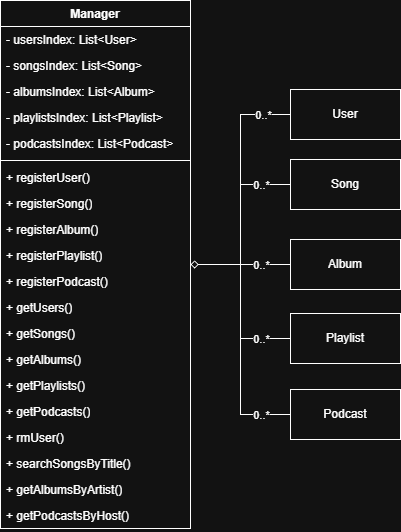
The draw.io diagram docs/uml/music-streaming-library-Manager.png in SailinEast/music-streaming-library, before a commit. Source tidied: cells renumbered, new cells last; positions are measured from the earlier drawing's top-left corner, leaving out a move shared by most shapes.
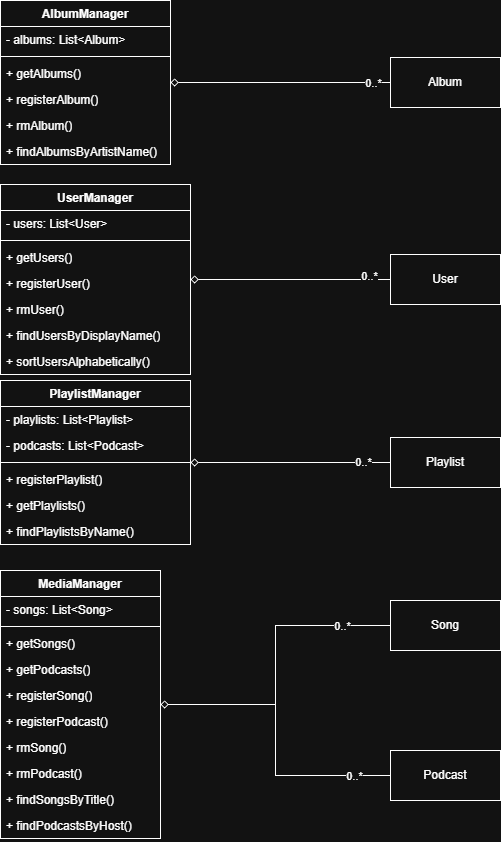
The same file after the commit.

Commit message:
Added several managers and some sorting/filtering/searching methods

Diff of the diagram source:
```diff
@@ -2,115 +2,155 @@
   <root>
     <mxCell id="0" />
     <mxCell id="1" parent="0" />
-    <mxCell id="2" value="Manager" style="swimlane;fontStyle=1;align=center;verticalAlign=top;horizontal=1;startSize=26;whiteSpace=wrap;html=1;" parent="1" vertex="1">
-      <mxGeometry width="190" height="528" as="geometry" />
+    <mxCell id="2" value="PlaylistManager" style="swimlane;fontStyle=1;align=center;verticalAlign=top;horizontal=1;startSize=26;whiteSpace=wrap;html=1;" parent="1" vertex="1">
+      <mxGeometry x="-70" y="280" width="190" height="164" as="geometry" />
     </mxCell>
-    <mxCell id="3" value="- usersIndex: List&amp;lt;User&amp;gt;" style="text;strokeColor=none;fillColor=none;align=left;verticalAlign=top;spacingLeft=4;spacingRight=4;overflow=hidden;whiteSpace=wrap;html=1;" parent="2" vertex="1">
-      <mxGeometry y="26" width="190" height="26" as="geometry" />
-    </mxCell>
-    <mxCell id="4" value="- songsIndex: List&amp;lt;Song&amp;gt;" style="text;strokeColor=none;fillColor=none;align=left;verticalAlign=top;spacingLeft=4;spacingRight=4;overflow=hidden;whiteSpace=wrap;html=1;" parent="2" vertex="1">
-      <mxGeometry y="52" width="190" height="26" as="geometry" />
-    </mxCell>
-    <mxCell id="5" value="- albumsIndex: List&amp;lt;Album&amp;gt;" style="text;strokeColor=none;fillColor=none;align=left;verticalAlign=top;spacingLeft=4;spacingRight=4;overflow=hidden;whiteSpace=wrap;html=1;" parent="2" vertex="1">
-      <mxGeometry y="78" width="190" height="26" as="geometry" />
-    </mxCell>
-    <mxCell id="6" value="- playlistsIndex: List&amp;lt;Playlist&amp;gt;" style="text;strokeColor=none;fillColor=none;align=left;verticalAlign=top;spacingLeft=4;spacingRight=4;overflow=hidden;whiteSpace=wrap;html=1;" parent="2" vertex="1">
-      <mxGeometry y="104" width="190" height="26" as="geometry" />
+    <mxCell id="6" value="- playlists: List&amp;lt;Playlist&amp;gt;" style="text;strokeColor=none;fillColor=none;align=left;verticalAlign=top;spacingLeft=4;spacingRight=4;overflow=hidden;whiteSpace=wrap;html=1;" parent="2" vertex="1">
+      <mxGeometry y="26" width="190" height="26" as="geometry" />
     </mxCell>
-    <mxCell id="7" value="- podcastsIndex: List&amp;lt;Podcast&amp;gt;" style="text;strokeColor=none;fillColor=none;align=left;verticalAlign=top;spacingLeft=4;spacingRight=4;overflow=hidden;whiteSpace=wrap;html=1;" parent="2" vertex="1">
-      <mxGeometry y="130" width="190" height="26" as="geometry" />
+    <mxCell id="7" value="- podcasts: List&amp;lt;Podcast&amp;gt;" style="text;strokeColor=none;fillColor=none;align=left;verticalAlign=top;spacingLeft=4;spacingRight=4;overflow=hidden;whiteSpace=wrap;html=1;" parent="2" vertex="1">
+      <mxGeometry y="52" width="190" height="26" as="geometry" />
     </mxCell>
     <mxCell id="8" style="line;strokeWidth=1;fillColor=none;align=left;verticalAlign=middle;spacingTop=-1;spacingLeft=3;spacingRight=3;labelPosition=right;strokeColor=inherit;" parent="2" vertex="1">
-      <mxGeometry y="156" width="190" height="8" as="geometry" />
+      <mxGeometry y="78" width="190" height="8" as="geometry" />
     </mxCell>
-    <mxCell id="9" value="+ registerUser()" style="text;strokeColor=none;fillColor=none;align=left;verticalAlign=top;spacingLeft=4;spacingRight=4;overflow=hidden;whiteSpace=wrap;html=1;" parent="2" vertex="1">
-      <mxGeometry y="164" width="190" height="26" as="geometry" />
-    </mxCell>
-    <mxCell id="10" value="+ registerSong()" style="text;strokeColor=none;fillColor=none;align=left;verticalAlign=top;spacingLeft=4;spacingRight=4;overflow=hidden;whiteSpace=wrap;html=1;" parent="2" vertex="1">
-      <mxGeometry y="190" width="190" height="26" as="geometry" />
-    </mxCell>
-    <mxCell id="11" value="+ registerAlbum()" style="text;strokeColor=none;fillColor=none;align=left;verticalAlign=top;spacingLeft=4;spacingRight=4;overflow=hidden;whiteSpace=wrap;html=1;" parent="2" vertex="1">
-      <mxGeometry y="216" width="190" height="26" as="geometry" />
-    </mxCell>
     <mxCell id="12" value="+ registerPlaylist()" style="text;strokeColor=none;fillColor=none;align=left;verticalAlign=top;spacingLeft=4;spacingRight=4;overflow=hidden;whiteSpace=wrap;html=1;" parent="2" vertex="1">
-      <mxGeometry y="242" width="190" height="26" as="geometry" />
+      <mxGeometry y="86" width="190" height="26" as="geometry" />
     </mxCell>
-    <mxCell id="13" value="+ registerPodcast()" style="text;strokeColor=none;fillColor=none;align=left;verticalAlign=top;spacingLeft=4;spacingRight=4;overflow=hidden;whiteSpace=wrap;html=1;" parent="2" vertex="1">
-      <mxGeometry y="268" width="190" height="26" as="geometry" />
-    </mxCell>
-    <mxCell id="14" value="+ getUsers()" style="text;strokeColor=none;fillColor=none;align=left;verticalAlign=top;spacingLeft=4;spacingRight=4;overflow=hidden;whiteSpace=wrap;html=1;" parent="2" vertex="1">
-      <mxGeometry y="294" width="190" height="26" as="geometry" />
-    </mxCell>
-    <mxCell id="15" value="+ getSongs()" style="text;strokeColor=none;fillColor=none;align=left;verticalAlign=top;spacingLeft=4;spacingRight=4;overflow=hidden;whiteSpace=wrap;html=1;" parent="2" vertex="1">
-      <mxGeometry y="320" width="190" height="26" as="geometry" />
-    </mxCell>
-    <mxCell id="16" value="+ getAlbums()" style="text;strokeColor=none;fillColor=none;align=left;verticalAlign=top;spacingLeft=4;spacingRight=4;overflow=hidden;whiteSpace=wrap;html=1;" parent="2" vertex="1">
-      <mxGeometry y="346" width="190" height="26" as="geometry" />
-    </mxCell>
     <mxCell id="17" value="+ getPlaylists()" style="text;strokeColor=none;fillColor=none;align=left;verticalAlign=top;spacingLeft=4;spacingRight=4;overflow=hidden;whiteSpace=wrap;html=1;" parent="2" vertex="1">
-      <mxGeometry y="372" width="190" height="26" as="geometry" />
+      <mxGeometry y="112" width="190" height="26" as="geometry" />
     </mxCell>
-    <mxCell id="18" value="+ getPodcasts()" style="text;strokeColor=none;fillColor=none;align=left;verticalAlign=top;spacingLeft=4;spacingRight=4;overflow=hidden;whiteSpace=wrap;html=1;" parent="2" vertex="1">
-      <mxGeometry y="398" width="190" height="26" as="geometry" />
-    </mxCell>
-    <mxCell id="19" value="+ rmUser()" style="text;strokeColor=none;fillColor=none;align=left;verticalAlign=top;spacingLeft=4;spacingRight=4;overflow=hidden;whiteSpace=wrap;html=1;" parent="2" vertex="1">
-      <mxGeometry y="424" width="190" height="26" as="geometry" />
-    </mxCell>
-    <mxCell id="20" value="+ searchSongsByTitle()" style="text;strokeColor=none;fillColor=none;align=left;verticalAlign=top;spacingLeft=4;spacingRight=4;overflow=hidden;whiteSpace=wrap;html=1;" parent="2" vertex="1">
-      <mxGeometry y="450" width="190" height="26" as="geometry" />
-    </mxCell>
-    <mxCell id="21" value="+ getAlbumsByArtist()" style="text;strokeColor=none;fillColor=none;align=left;verticalAlign=top;spacingLeft=4;spacingRight=4;overflow=hidden;whiteSpace=wrap;html=1;" parent="2" vertex="1">
-      <mxGeometry y="476" width="190" height="26" as="geometry" />
-    </mxCell>
-    <mxCell id="22" value="+ getPodcastsByHost()" style="text;strokeColor=none;fillColor=none;align=left;verticalAlign=top;spacingLeft=4;spacingRight=4;overflow=hidden;whiteSpace=wrap;html=1;" parent="2" vertex="1">
-      <mxGeometry y="502" width="190" height="26" as="geometry" />
-    </mxCell>
+    <mxCell id="38" value="+ findPlaylistsByName()" style="text;strokeColor=none;fillColor=none;align=left;verticalAlign=top;spacingLeft=4;spacingRight=4;overflow=hidden;whiteSpace=wrap;html=1;" parent="2" vertex="1">
+      <mxGeometry y="138" width="190" height="26" as="geometry" />
+    </mxCell>
-    <mxCell id="23" style="edgeStyle=orthogonalEdgeStyle;rounded=0;jettySize=auto;html=1;endArrow=diamond;endFill=0;" parent="1" edge="1" source="25" target="2">
+    <mxCell id="23" style="edgeStyle=orthogonalEdgeStyle;rounded=0;jettySize=auto;html=1;endArrow=diamond;endFill=0;" parent="1" edge="1" source="25" target="47">
       <mxGeometry relative="1" as="geometry" />
     </mxCell>
     <mxCell id="24" value="0..*" style="edgeLabel;html=1;align=center;verticalAlign=middle;" parent="23" vertex="1">
       <mxGeometry x="-0.79" relative="1" as="geometry">
-        <mxPoint x="-2" as="offset" />
+        <mxPoint y="-4" as="offset" />
       </mxGeometry>
     </mxCell>
     <mxCell id="25" value="User" style="html=1;whiteSpace=wrap;" parent="1" vertex="1">
-      <mxGeometry x="290" y="89" width="110" height="50" as="geometry" />
+      <mxGeometry x="320" y="154" width="110" height="50" as="geometry" />
     </mxCell>
-    <mxCell id="26" style="edgeStyle=orthogonalEdgeStyle;rounded=0;jettySize=auto;html=1;endArrow=diamond;endFill=0;" parent="1" edge="1" source="27" target="2">
+    <mxCell id="26" style="edgeStyle=orthogonalEdgeStyle;rounded=0;jettySize=auto;html=1;endArrow=diamond;endFill=0;" parent="1" edge="1" source="27" target="43">
       <mxGeometry relative="1" as="geometry" />
     </mxCell>
+    <mxCell id="39" value="0..*" style="edgeLabel;html=1;align=center;verticalAlign=middle;" parent="26" vertex="1">
+      <mxGeometry x="-0.66" y="-2" relative="1" as="geometry">
+        <mxPoint x="4" y="2" as="offset" />
+      </mxGeometry>
+    </mxCell>
     <mxCell id="27" value="Song" style="html=1;whiteSpace=wrap;" parent="1" vertex="1">
-      <mxGeometry x="290" y="159" width="110" height="50" as="geometry" />
+      <mxGeometry x="320" y="500" width="110" height="50" as="geometry" />
     </mxCell>
-    <mxCell id="28" style="edgeStyle=orthogonalEdgeStyle;rounded=0;jettySize=auto;html=1;endArrow=diamond;endFill=0;" parent="1" edge="1" source="29" target="2">
+    <mxCell id="28" style="edgeStyle=orthogonalEdgeStyle;rounded=0;jettySize=auto;html=1;endArrow=diamond;endFill=0;" parent="1" edge="1" source="29" target="51">
       <mxGeometry relative="1" as="geometry" />
     </mxCell>
+    <mxCell id="40" value="0..*" style="edgeLabel;html=1;align=center;verticalAlign=middle;" parent="28" vertex="1">
+      <mxGeometry x="-0.84" relative="1" as="geometry" />
+    </mxCell>
     <mxCell id="29" value="Album" style="html=1;whiteSpace=wrap;" parent="1" vertex="1">
-      <mxGeometry x="290" y="239" width="110" height="50" as="geometry" />
+      <mxGeometry x="320" y="-43" width="110" height="50" as="geometry" />
     </mxCell>
     <mxCell id="30" style="edgeStyle=orthogonalEdgeStyle;rounded=0;jettySize=auto;html=1;endArrow=diamond;endFill=0;" parent="1" edge="1" source="31" target="2">
       <mxGeometry relative="1" as="geometry" />
     </mxCell>
+    <mxCell id="41" value="0..*" style="edgeLabel;html=1;align=center;verticalAlign=middle;" parent="30" vertex="1">
+      <mxGeometry x="-0.72" y="-1" relative="1" as="geometry" />
+    </mxCell>
     <mxCell id="31" value="Playlist" style="html=1;whiteSpace=wrap;" parent="1" vertex="1">
-      <mxGeometry x="290" y="313" width="110" height="50" as="geometry" />
+      <mxGeometry x="320" y="337" width="110" height="50" as="geometry" />
     </mxCell>
-    <mxCell id="32" style="edgeStyle=orthogonalEdgeStyle;rounded=0;jettySize=auto;html=1;endArrow=diamond;endFill=0;" parent="1" edge="1" source="33" target="2">
+    <mxCell id="32" style="edgeStyle=orthogonalEdgeStyle;rounded=0;jettySize=auto;html=1;endArrow=diamond;endFill=0;" parent="1" edge="1" source="33" target="43">
       <mxGeometry relative="1" as="geometry" />
     </mxCell>
+    <mxCell id="42" value="0..*" style="edgeLabel;html=1;align=center;verticalAlign=middle;" parent="32" vertex="1">
+      <mxGeometry x="-0.91" y="1" relative="1" as="geometry">
+        <mxPoint x="-23" y="-1" as="offset" />
+      </mxGeometry>
+    </mxCell>
     <mxCell id="33" value="Podcast" style="html=1;whiteSpace=wrap;" parent="1" vertex="1">
-      <mxGeometry x="290" y="389" width="110" height="50" as="geometry" />
+      <mxGeometry x="320" y="650" width="110" height="50" as="geometry" />
     </mxCell>
-    <mxCell id="34" value="0..*" style="edgeLabel;html=1;align=center;verticalAlign=middle;" parent="1" vertex="1">
-      <mxGeometry x="260" y="184" as="geometry" />
-    </mxCell>
-    <mxCell id="35" value="0..*" style="edgeLabel;html=1;align=center;verticalAlign=middle;" parent="1" vertex="1">
-      <mxGeometry x="260" y="264" as="geometry" />
-    </mxCell>
-    <mxCell id="36" value="0..*" style="edgeLabel;html=1;align=center;verticalAlign=middle;" parent="1" vertex="1">
-      <mxGeometry x="260" y="338" as="geometry" />
-    </mxCell>
-    <mxCell id="37" value="0..*" style="edgeLabel;html=1;align=center;verticalAlign=middle;" parent="1" vertex="1">
-      <mxGeometry x="260" y="414" as="geometry" />
-    </mxCell>
+    <mxCell id="43" value="MediaManager" style="swimlane;fontStyle=1;align=center;verticalAlign=top;horizontal=1;startSize=26;whiteSpace=wrap;html=1;" parent="1" vertex="1">
+      <mxGeometry x="-70" y="470" width="160" height="268" as="geometry" />
+    </mxCell>
+    <mxCell id="4" value="- songs: List&amp;lt;Song&amp;gt;" style="text;strokeColor=none;fillColor=none;align=left;verticalAlign=top;spacingLeft=4;spacingRight=4;overflow=hidden;whiteSpace=wrap;html=1;" parent="43" vertex="1">
+      <mxGeometry y="26" width="160" height="26" as="geometry" />
+    </mxCell>
+    <mxCell id="44" style="line;strokeWidth=1;fillColor=none;align=left;verticalAlign=middle;spacingTop=-1;spacingLeft=3;spacingRight=3;labelPosition=right;strokeColor=inherit;" parent="43" vertex="1">
+      <mxGeometry y="52" width="160" height="8" as="geometry" />
+    </mxCell>
+    <mxCell id="15" value="+ getSongs()" style="text;strokeColor=none;fillColor=none;align=left;verticalAlign=top;spacingLeft=4;spacingRight=4;overflow=hidden;whiteSpace=wrap;html=1;" parent="43" vertex="1">
+      <mxGeometry y="60" width="160" height="26" as="geometry" />
+    </mxCell>
+    <mxCell id="18" value="+ getPodcasts()" style="text;strokeColor=none;fillColor=none;align=left;verticalAlign=top;spacingLeft=4;spacingRight=4;overflow=hidden;whiteSpace=wrap;html=1;" parent="43" vertex="1">
+      <mxGeometry y="86" width="160" height="26" as="geometry" />
+    </mxCell>
+    <mxCell id="10" value="+ registerSong()" style="text;strokeColor=none;fillColor=none;align=left;verticalAlign=top;spacingLeft=4;spacingRight=4;overflow=hidden;whiteSpace=wrap;html=1;" parent="43" vertex="1">
+      <mxGeometry y="112" width="160" height="26" as="geometry" />
+    </mxCell>
+    <mxCell id="13" value="+ registerPodcast()" style="text;strokeColor=none;fillColor=none;align=left;verticalAlign=top;spacingLeft=4;spacingRight=4;overflow=hidden;whiteSpace=wrap;html=1;" parent="43" vertex="1">
+      <mxGeometry y="138" width="160" height="26" as="geometry" />
+    </mxCell>
+    <mxCell id="45" value="+ rmSong()" style="text;strokeColor=none;fillColor=none;align=left;verticalAlign=top;spacingLeft=4;spacingRight=4;overflow=hidden;whiteSpace=wrap;html=1;" parent="43" vertex="1">
+      <mxGeometry y="164" width="160" height="26" as="geometry" />
+    </mxCell>
+    <mxCell id="46" value="+ rmPodcast()" style="text;strokeColor=none;fillColor=none;align=left;verticalAlign=top;spacingLeft=4;spacingRight=4;overflow=hidden;whiteSpace=wrap;html=1;" parent="43" vertex="1">
+      <mxGeometry y="190" width="160" height="26" as="geometry" />
+    </mxCell>
+    <mxCell id="20" value="+ findSongsByTitle()" style="text;strokeColor=none;fillColor=none;align=left;verticalAlign=top;spacingLeft=4;spacingRight=4;overflow=hidden;whiteSpace=wrap;html=1;" parent="43" vertex="1">
+      <mxGeometry y="216" width="160" height="26" as="geometry" />
+    </mxCell>
+    <mxCell id="22" value="+ findPodcastsByHost()" style="text;strokeColor=none;fillColor=none;align=left;verticalAlign=top;spacingLeft=4;spacingRight=4;overflow=hidden;whiteSpace=wrap;html=1;" parent="43" vertex="1">
+      <mxGeometry y="242" width="160" height="26" as="geometry" />
+    </mxCell>
+    <mxCell id="47" value="UserManager" style="swimlane;fontStyle=1;align=center;verticalAlign=top;horizontal=1;startSize=26;whiteSpace=wrap;html=1;" parent="1" vertex="1">
+      <mxGeometry x="-70" y="84" width="190" height="190" as="geometry" />
+    </mxCell>
+    <mxCell id="3" value="- users: List&amp;lt;User&amp;gt;" style="text;strokeColor=none;fillColor=none;align=left;verticalAlign=top;spacingLeft=4;spacingRight=4;overflow=hidden;whiteSpace=wrap;html=1;" parent="47" vertex="1">
+      <mxGeometry y="26" width="190" height="26" as="geometry" />
+    </mxCell>
+    <mxCell id="48" style="line;strokeWidth=1;fillColor=none;align=left;verticalAlign=middle;spacingTop=-1;spacingLeft=3;spacingRight=3;labelPosition=right;strokeColor=inherit;" parent="47" vertex="1">
+      <mxGeometry y="52" width="190" height="8" as="geometry" />
+    </mxCell>
+    <mxCell id="14" value="+ getUsers()" style="text;strokeColor=none;fillColor=none;align=left;verticalAlign=top;spacingLeft=4;spacingRight=4;overflow=hidden;whiteSpace=wrap;html=1;" parent="47" vertex="1">
+      <mxGeometry y="60" width="190" height="26" as="geometry" />
+    </mxCell>
+    <mxCell id="9" value="+ registerUser()" style="text;strokeColor=none;fillColor=none;align=left;verticalAlign=top;spacingLeft=4;spacingRight=4;overflow=hidden;whiteSpace=wrap;html=1;" parent="47" vertex="1">
+      <mxGeometry y="86" width="190" height="26" as="geometry" />
+    </mxCell>
+    <mxCell id="19" value="+ rmUser()" style="text;strokeColor=none;fillColor=none;align=left;verticalAlign=top;spacingLeft=4;spacingRight=4;overflow=hidden;whiteSpace=wrap;html=1;" parent="47" vertex="1">
+      <mxGeometry y="112" width="190" height="26" as="geometry" />
+    </mxCell>
+    <mxCell id="49" value="+ findUsersByDisplayName()" style="text;strokeColor=none;fillColor=none;align=left;verticalAlign=top;spacingLeft=4;spacingRight=4;overflow=hidden;whiteSpace=wrap;html=1;" parent="47" vertex="1">
+      <mxGeometry y="138" width="190" height="26" as="geometry" />
+    </mxCell>
+    <mxCell id="50" value="+ sortUsersAlphabetically()" style="text;strokeColor=none;fillColor=none;align=left;verticalAlign=top;spacingLeft=4;spacingRight=4;overflow=hidden;whiteSpace=wrap;html=1;" parent="47" vertex="1">
+      <mxGeometry y="164" width="190" height="26" as="geometry" />
+    </mxCell>
+    <mxCell id="51" value="AlbumManager" style="swimlane;fontStyle=1;align=center;verticalAlign=top;horizontal=1;startSize=26;whiteSpace=wrap;html=1;" parent="1" vertex="1">
+      <mxGeometry x="-70" y="-100" width="170" height="164" as="geometry" />
+    </mxCell>
+    <mxCell id="5" value="- albums: List&amp;lt;Album&amp;gt;" style="text;strokeColor=none;fillColor=none;align=left;verticalAlign=top;spacingLeft=4;spacingRight=4;overflow=hidden;whiteSpace=wrap;html=1;" parent="51" vertex="1">
+      <mxGeometry y="26" width="170" height="26" as="geometry" />
+    </mxCell>
+    <mxCell id="52" style="line;strokeWidth=1;fillColor=none;align=left;verticalAlign=middle;spacingTop=-1;spacingLeft=3;spacingRight=3;labelPosition=right;strokeColor=inherit;" parent="51" vertex="1">
+      <mxGeometry y="52" width="170" height="8" as="geometry" />
+    </mxCell>
+    <mxCell id="16" value="+ getAlbums()" style="text;strokeColor=none;fillColor=none;align=left;verticalAlign=top;spacingLeft=4;spacingRight=4;overflow=hidden;whiteSpace=wrap;html=1;" parent="51" vertex="1">
+      <mxGeometry y="60" width="170" height="26" as="geometry" />
+    </mxCell>
+    <mxCell id="11" value="+ registerAlbum()" style="text;strokeColor=none;fillColor=none;align=left;verticalAlign=top;spacingLeft=4;spacingRight=4;overflow=hidden;whiteSpace=wrap;html=1;" parent="51" vertex="1">
+      <mxGeometry y="86" width="170" height="26" as="geometry" />
+    </mxCell>
+    <mxCell id="53" value="+ rmAlbum()" style="text;strokeColor=none;fillColor=none;align=left;verticalAlign=top;spacingLeft=4;spacingRight=4;overflow=hidden;whiteSpace=wrap;html=1;" parent="51" vertex="1">
+      <mxGeometry y="112" width="170" height="26" as="geometry" />
+    </mxCell>
+    <mxCell id="21" value="+ findAlbumsByArtistName()" style="text;strokeColor=none;fillColor=none;align=left;verticalAlign=top;spacingLeft=4;spacingRight=4;overflow=hidden;whiteSpace=wrap;html=1;" parent="51" vertex="1">
+      <mxGeometry y="138" width="170" height="26" as="geometry" />
+    </mxCell>
   </root>
 </mxGraphModel>
```
